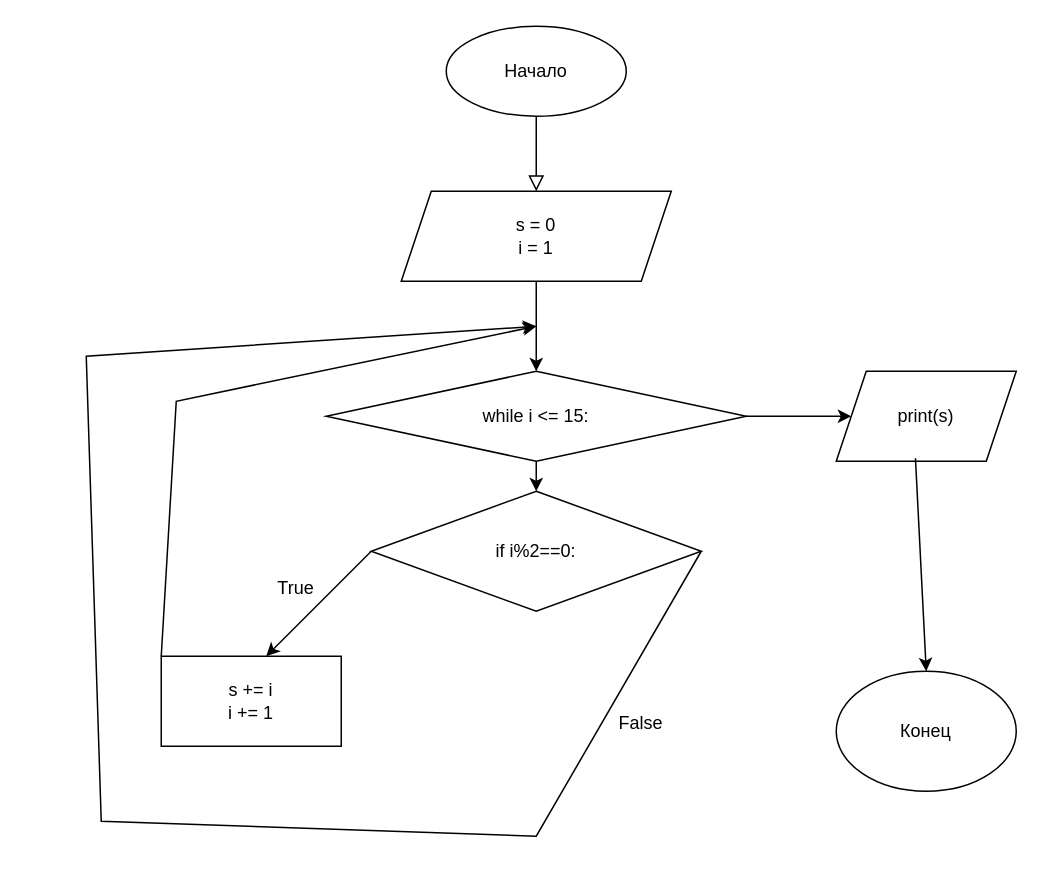
Above: 1ДЗ_2.drawio in Treerexer/Bruh (draw.io), before the change. Source tidied: cells renumbered, new cells numbered last; positions are measured from the earlier drawing's top-left corner, leaving out a move shared by most shapes. Both pictures are drawn from the tidied source at 150%, with x=0, y=0 at pixel (86, 26).
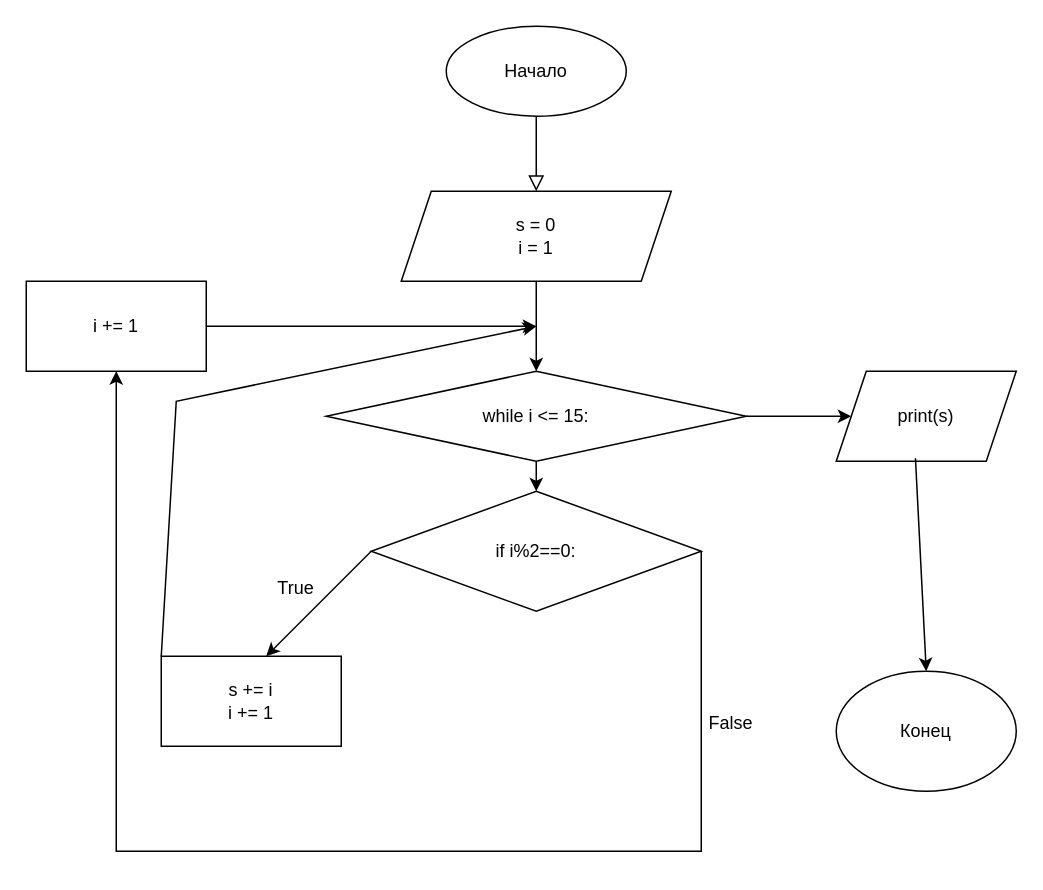
After the change.

The change refers to these unchanged cells:
```xml
<mxCell id="9" value="if i%2==0:" style="rhombus;whiteSpace=wrap;html=1;" parent="1" vertex="1">
  <mxGeometry x="190" y="310" width="220" height="80" as="geometry" />
</mxCell>
```

What changed in the source:
```diff
@@
-    <mxCell id="11" style="endArrow=classic;html=1;rounded=0;exitX=1;exitY=0.5;exitDx=0;exitDy=0;" parent="1" edge="1" source="9">
+    <mxCell id="11" style="endArrow=classic;html=1;rounded=0;exitX=1;exitY=0.5;exitDx=0;exitDy=0;entryX=0.5;entryY=1;entryDx=0;entryDy=0;" parent="1" edge="1" source="9" target="19">
       <mxGeometry relative="1" as="geometry">
-        <mxPoint x="300" y="200" as="targetPoint" />
         <Array as="points">
-          <mxPoint x="300" y="540" />
-          <mxPoint x="10" y="530" />
-          <mxPoint y="220" />
+          <mxPoint x="410" y="550" />
+          <mxPoint x="20" y="550" />
+          <mxPoint x="20" y="390" />
         </Array>
       </mxGeometry>
     </mxCell>
@@
     <mxCell id="13" value="False" style="text;html=1;strokeColor=none;fillColor=none;align=center;verticalAlign=middle;whiteSpace=wrap;rounded=0;" parent="1" vertex="1">
-      <mxGeometry x="340" y="450" width="60" height="30" as="geometry" />
+      <mxGeometry x="400" y="450" width="60" height="30" as="geometry" />
     </mxCell>
@@
+    <mxCell id="19" value="i += 1" style="rounded=0;whiteSpace=wrap;html=1;" parent="1" vertex="1">
+      <mxGeometry x="-40" y="170" width="120" height="60" as="geometry" />
+    </mxCell>
+    <mxCell id="20" style="endArrow=classic;html=1;rounded=0;exitX=1;exitY=0.5;exitDx=0;exitDy=0;" parent="1" edge="1" source="19">
+      <mxGeometry relative="1" as="geometry">
+        <mxPoint x="300" y="200" as="targetPoint" />
+      </mxGeometry>
+    </mxCell>
```
